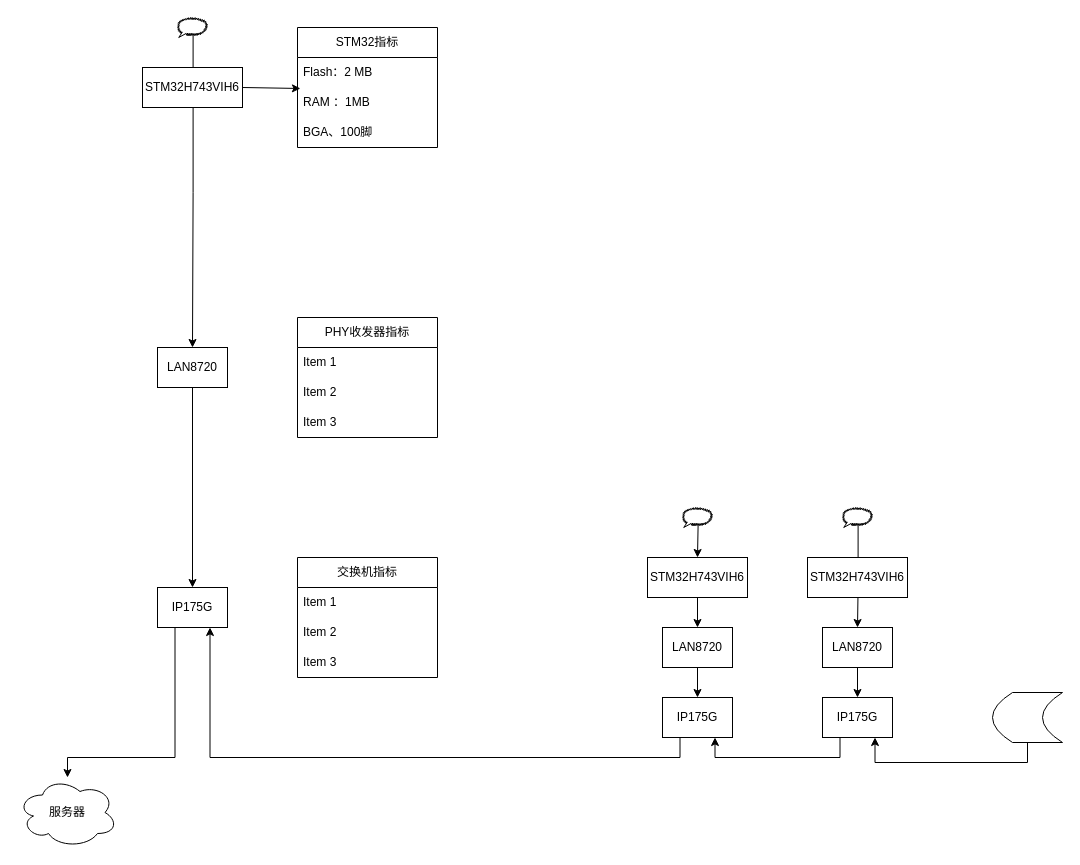
The draw.io diagram 远距离音频级联传输.drawio in wypzyrw/test, before the edit. Source tidied: cells renumbered, new cells numbered last; positions are measured from the earlier drawing's top-left corner, leaving out a move shared by most shapes. Both pictures are drawn from the tidied source at 100%, with x=0, y=0 at pixel (17, 17).
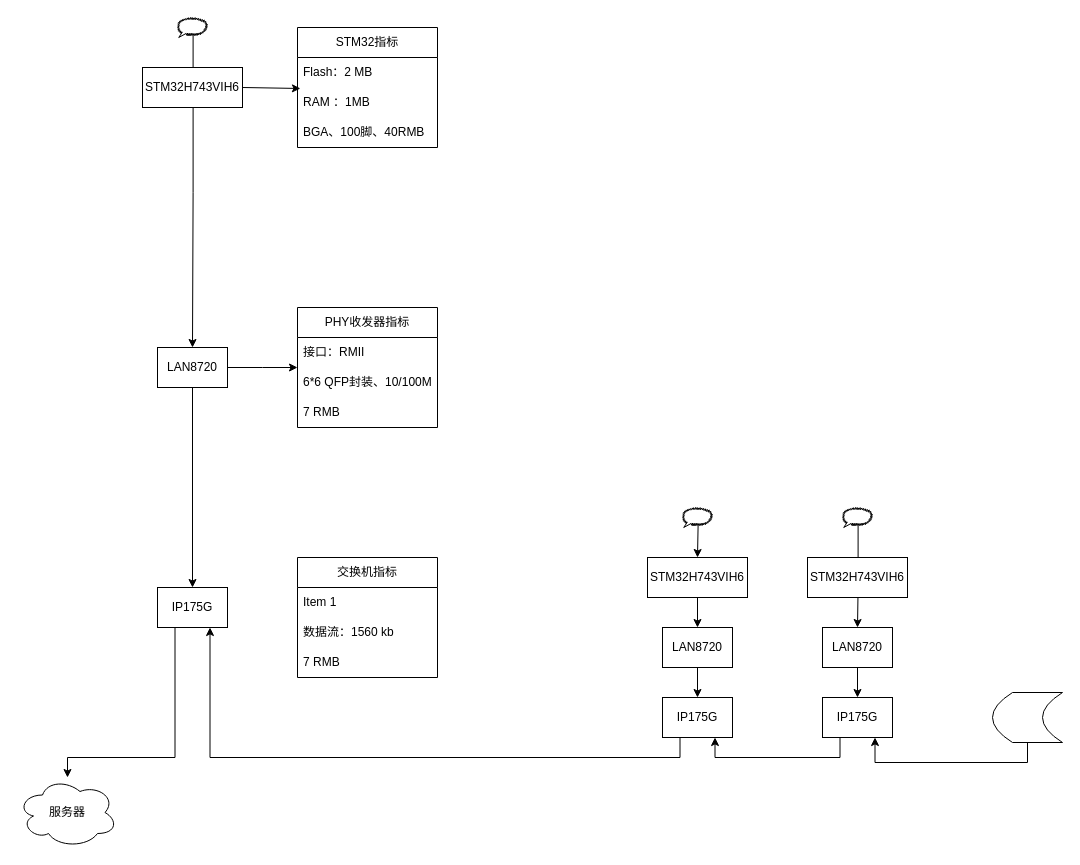
The same page after the edit.

Commit message (it also covers changes not shown here):
更新远距离音频级联传输.drawio

The change refers to these unchanged cells:
```xml
<mxCell id="7" value="LAN8720" style="rounded=0;whiteSpace=wrap;html=1;" parent="1" vertex="1">
  <mxGeometry x="140" y="330" width="70" height="40" as="geometry" />
</mxCell>
<mxCell id="27" value="交换机指标" style="swimlane;fontStyle=0;horizontal=1;startSize=30;whiteSpace=wrap;html=1;" parent="1" vertex="1">
  <mxGeometry x="280" y="540" width="140" height="120" as="geometry" />
</mxCell>
<mxCell id="35" value="STM32指标" style="swimlane;fontStyle=0;horizontal=1;startSize=30;whiteSpace=wrap;html=1;" parent="1" vertex="1">
  <mxGeometry x="280" y="10" width="140" height="120" as="geometry" />
</mxCell>
```

Change to the diagram source:
```diff
@@
+    <mxCell id="40" style="edgeStyle=orthogonalEdgeStyle;rounded=0;jettySize=auto;html=1;exitX=1;exitY=0.5;exitDx=0;exitDy=0;" parent="1" edge="1" source="7">
+      <mxGeometry relative="1" as="geometry">
+        <mxPoint x="280" y="350" as="targetPoint" />
+      </mxGeometry>
+    </mxCell>
@@
-    <mxCell id="29" value="Item 2" style="text;strokeColor=none;fillColor=none;align=left;verticalAlign=middle;spacingLeft=4;spacingRight=4;overflow=hidden;whiteSpace=wrap;html=1;" parent="27" vertex="1">
+    <mxCell id="29" value="数据流：1560 kb" style="text;strokeColor=none;fillColor=none;align=left;verticalAlign=middle;spacingLeft=4;spacingRight=4;overflow=hidden;whiteSpace=wrap;html=1;" parent="27" vertex="1">
       <mxGeometry y="60" width="140" height="30" as="geometry" />
     </mxCell>
-    <mxCell id="30" value="Item 3" style="text;strokeColor=none;fillColor=none;align=left;verticalAlign=middle;spacingLeft=4;spacingRight=4;overflow=hidden;whiteSpace=wrap;html=1;" parent="27" vertex="1">
+    <mxCell id="30" value="7 RMB" style="text;strokeColor=none;fillColor=none;align=left;verticalAlign=middle;spacingLeft=4;spacingRight=4;overflow=hidden;whiteSpace=wrap;html=1;" parent="27" vertex="1">
       <mxGeometry y="90" width="140" height="30" as="geometry" />
     </mxCell>
     <mxCell id="31" value="PHY收发器指标" style="swimlane;fontStyle=0;horizontal=1;startSize=30;whiteSpace=wrap;html=1;" parent="1" vertex="1">
-      <mxGeometry x="280" y="300" width="140" height="120" as="geometry" />
+      <mxGeometry x="280" y="290" width="140" height="120" as="geometry" />
     </mxCell>
-    <mxCell id="32" value="Item 1" style="text;strokeColor=none;fillColor=none;align=left;verticalAlign=middle;spacingLeft=4;spacingRight=4;overflow=hidden;whiteSpace=wrap;html=1;" parent="31" vertex="1">
+    <mxCell id="32" value="接口：RMII" style="text;strokeColor=none;fillColor=none;align=left;verticalAlign=middle;spacingLeft=4;spacingRight=4;overflow=hidden;whiteSpace=wrap;html=1;" parent="31" vertex="1">
       <mxGeometry y="30" width="140" height="30" as="geometry" />
     </mxCell>
-    <mxCell id="33" value="Item 2" style="text;strokeColor=none;fillColor=none;align=left;verticalAlign=middle;spacingLeft=4;spacingRight=4;overflow=hidden;whiteSpace=wrap;html=1;" parent="31" vertex="1">
+    <mxCell id="33" value="6*6 QFP封装、10/100M" style="text;strokeColor=none;fillColor=none;align=left;verticalAlign=middle;spacingLeft=4;spacingRight=4;overflow=hidden;whiteSpace=wrap;html=1;" parent="31" vertex="1">
       <mxGeometry y="60" width="140" height="30" as="geometry" />
     </mxCell>
-    <mxCell id="34" value="Item 3" style="text;strokeColor=none;fillColor=none;align=left;verticalAlign=middle;spacingLeft=4;spacingRight=4;overflow=hidden;whiteSpace=wrap;html=1;" parent="31" vertex="1">
+    <mxCell id="34" value="7 RMB" style="text;strokeColor=none;fillColor=none;align=left;verticalAlign=middle;spacingLeft=4;spacingRight=4;overflow=hidden;whiteSpace=wrap;html=1;" parent="31" vertex="1">
       <mxGeometry y="90" width="140" height="30" as="geometry" />
     </mxCell>
@@
-    <mxCell id="38" value="BGA、100脚" style="text;strokeColor=none;fillColor=none;align=left;verticalAlign=middle;spacingLeft=4;spacingRight=4;overflow=hidden;whiteSpace=wrap;html=1;" parent="35" vertex="1">
+    <mxCell id="38" value="BGA、100脚、40RMB" style="text;strokeColor=none;fillColor=none;align=left;verticalAlign=middle;spacingLeft=4;spacingRight=4;overflow=hidden;whiteSpace=wrap;html=1;" parent="35" vertex="1">
       <mxGeometry y="90" width="140" height="30" as="geometry" />
     </mxCell>
```
